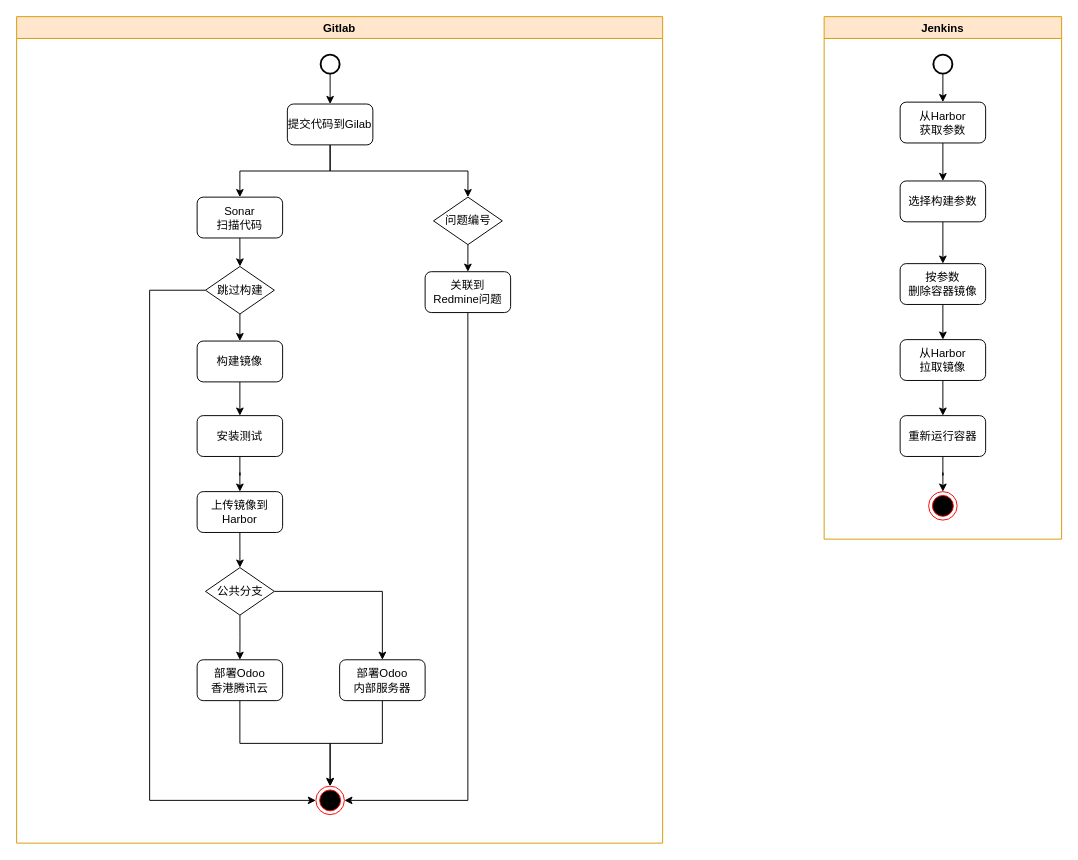
Above: page "Page-2" (2 of 3) of Untitled Diagram.drawio in alreadytakenn/images (draw.io), before the change. Source tidied: cells renumbered, new cells numbered last; positions are measured from the earlier drawing's top-left corner, leaving out a move shared by most shapes. Both pictures are drawn from the tidied source at 95%, with x=0, y=0 at pixel (16, 16).
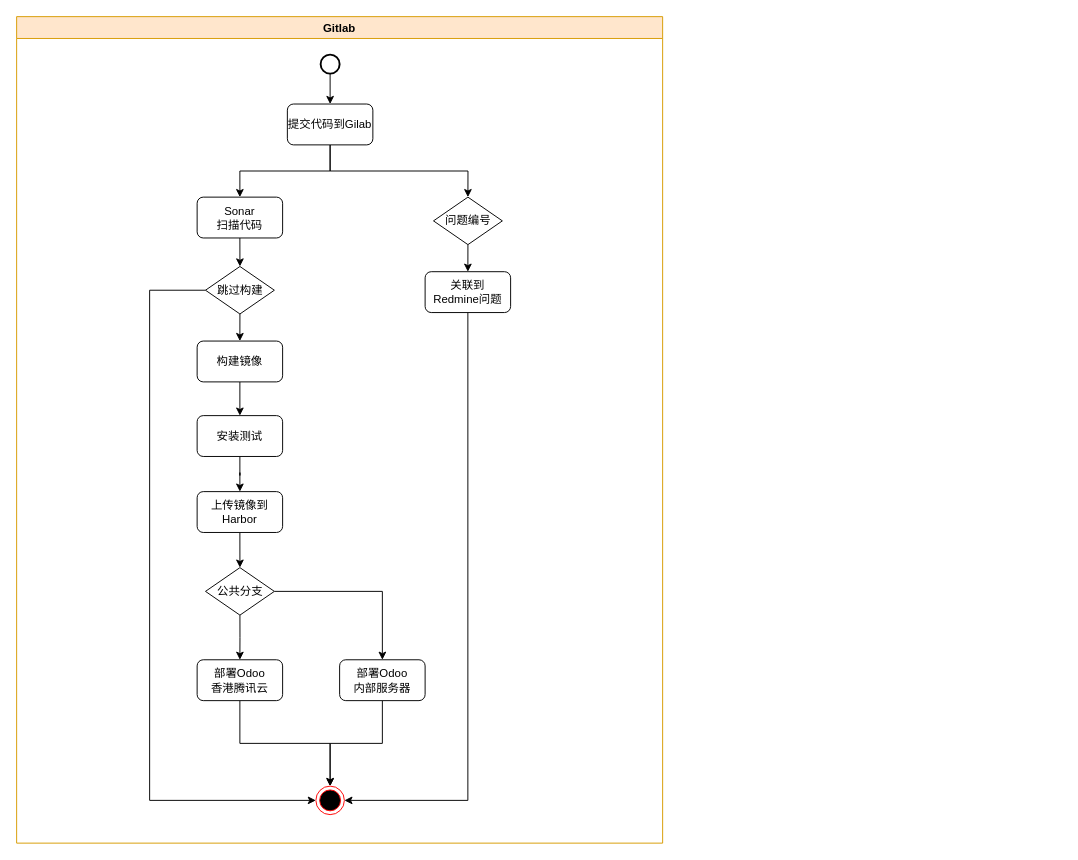
The same diagram, later.

The edit, as a diff of the source:
```diff
@@
-    <mxCell id="31" value="Jenkins" style="swimlane;fillColor=#ffe6cc;strokeColor=#d79b00;" parent="1" vertex="1">
-      <mxGeometry x="850" width="250" height="550" as="geometry" />
-    </mxCell>
-    <mxCell id="32" style="edgeStyle=orthogonalEdgeStyle;rounded=0;jettySize=auto;html=1;exitX=0.5;exitY=1;exitDx=0;exitDy=0;exitPerimeter=0;entryX=0.5;entryY=0;entryDx=0;entryDy=0;" parent="31" edge="1" source="33" target="37">
-      <mxGeometry relative="1" as="geometry" />
-    </mxCell>
-    <mxCell id="33" style="strokeWidth=2;html=1;shape=mxgraph.flowchart.start_2;whiteSpace=wrap;" parent="31" vertex="1">
-      <mxGeometry x="115" y="40" width="20" height="20" as="geometry" />
-    </mxCell>
-    <mxCell id="34" style="edgeStyle=orthogonalEdgeStyle;rounded=0;jettySize=auto;html=1;exitX=0.5;exitY=1;exitDx=0;exitDy=0;entryX=0.5;entryY=0;entryDx=0;entryDy=0;" parent="31" edge="1" source="35" target="41">
-      <mxGeometry relative="1" as="geometry" />
-    </mxCell>
-    <mxCell id="35" value="选择构建参数" style="rounded=1;whiteSpace=wrap;html=1;" parent="31" vertex="1">
-      <mxGeometry x="80" y="173" width="90" height="43" as="geometry" />
-    </mxCell>
-    <mxCell id="36" style="edgeStyle=orthogonalEdgeStyle;rounded=0;jettySize=auto;html=1;exitX=0.5;exitY=1;exitDx=0;exitDy=0;entryX=0.5;entryY=0;entryDx=0;entryDy=0;" parent="31" edge="1" source="37" target="35">
-      <mxGeometry relative="1" as="geometry" />
-    </mxCell>
-    <mxCell id="37" value="从Harbor&lt;br&gt;获取参数" style="rounded=1;whiteSpace=wrap;html=1;" parent="31" vertex="1">
-      <mxGeometry x="80" y="90" width="90" height="43" as="geometry" />
-    </mxCell>
-    <mxCell id="38" style="edgeStyle=orthogonalEdgeStyle;rounded=0;jettySize=auto;html=1;exitX=0.5;exitY=1;exitDx=0;exitDy=0;entryX=0.5;entryY=0;entryDx=0;entryDy=0;" parent="31" edge="1" source="39" target="43">
-      <mxGeometry relative="1" as="geometry" />
-    </mxCell>
-    <mxCell id="39" value="&lt;div&gt;从Harbor&lt;/div&gt;&lt;div&gt;拉取镜像&lt;/div&gt;" style="rounded=1;whiteSpace=wrap;html=1;" parent="31" vertex="1">
-      <mxGeometry x="80" y="340" width="90" height="43" as="geometry" />
-    </mxCell>
-    <mxCell id="40" style="edgeStyle=orthogonalEdgeStyle;rounded=0;jettySize=auto;html=1;exitX=0.5;exitY=1;exitDx=0;exitDy=0;entryX=0.5;entryY=0;entryDx=0;entryDy=0;" parent="31" edge="1" source="41" target="39">
-      <mxGeometry relative="1" as="geometry" />
-    </mxCell>
-    <mxCell id="41" value="&lt;div&gt;按参数&lt;/div&gt;&lt;div&gt;删除容器镜像&lt;/div&gt;" style="rounded=1;whiteSpace=wrap;html=1;" parent="31" vertex="1">
-      <mxGeometry x="80" y="260" width="90" height="43" as="geometry" />
-    </mxCell>
-    <mxCell id="42" style="edgeStyle=orthogonalEdgeStyle;rounded=0;jettySize=auto;html=1;exitX=0.5;exitY=1;exitDx=0;exitDy=0;" parent="31" edge="1" source="43" target="44">
-      <mxGeometry relative="1" as="geometry" />
-    </mxCell>
-    <mxCell id="43" value="重新运行容器" style="rounded=1;whiteSpace=wrap;html=1;" parent="31" vertex="1">
-      <mxGeometry x="80" y="420" width="90" height="43" as="geometry" />
-    </mxCell>
-    <mxCell id="44" style="ellipse;html=1;shape=endState;fillColor=#000000;strokeColor=#ff0000;" parent="31" vertex="1">
-      <mxGeometry x="110" y="500" width="30" height="30" as="geometry" />
-    </mxCell>
```
